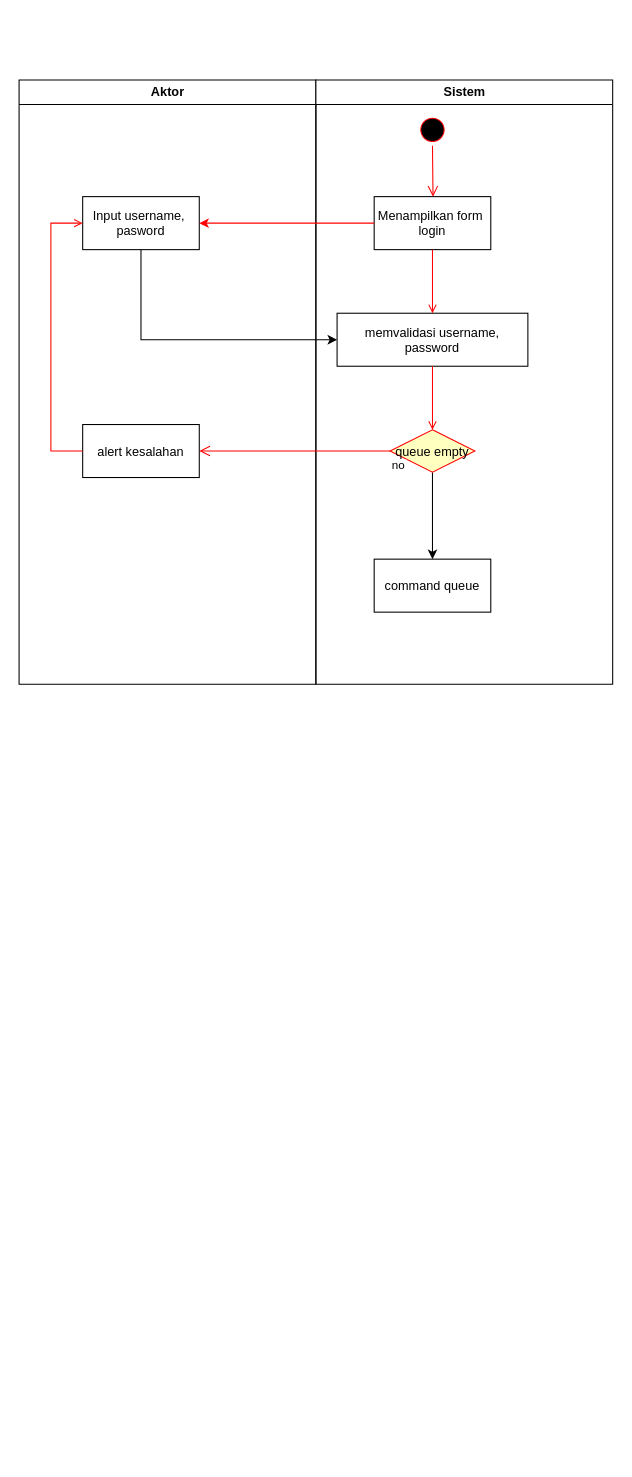
Before: Untitled Diagram.drawio in fraska20/Tugas4, a draw.io diagram. Source tidied: cells renumbered, new cells numbered last; positions are measured from the earlier drawing's top-left corner, leaving out a move shared by most shapes. Both pictures are drawn from the tidied source at 106%, with x=0, y=0 at pixel (18, 80).
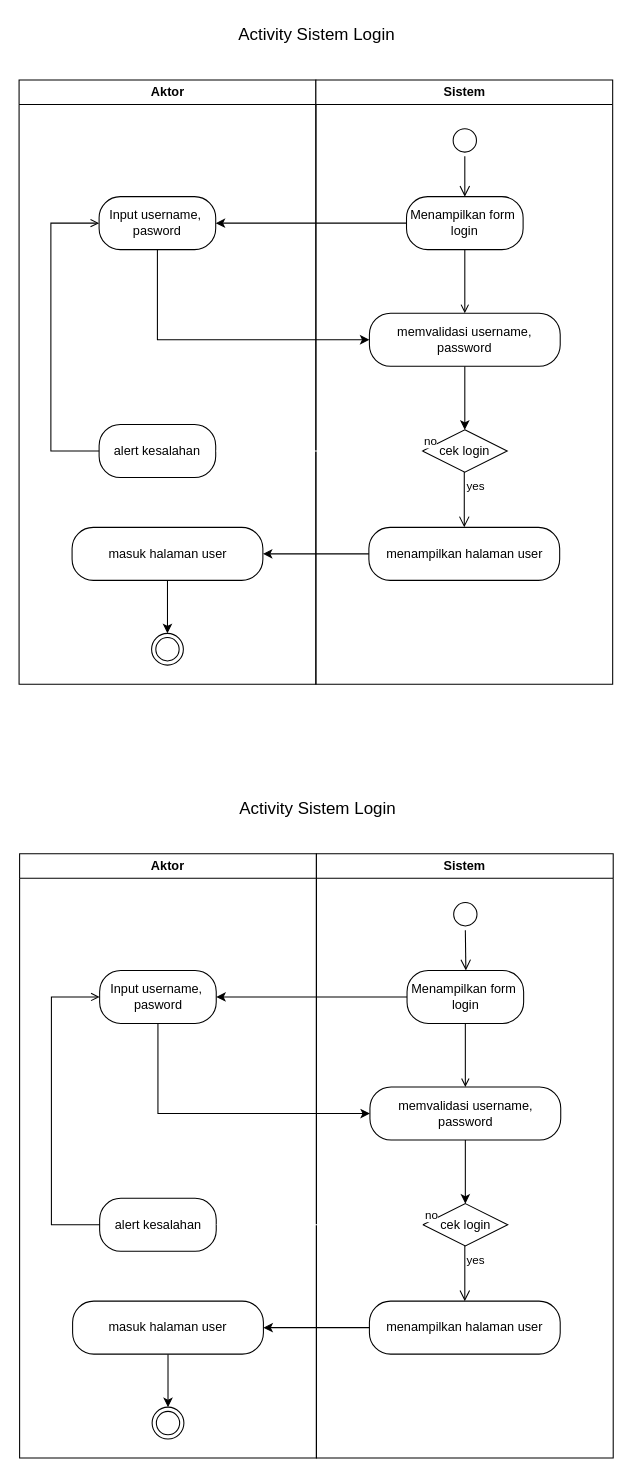
After the change.

The change refers to these unchanged cells:
```xml
<mxCell id="2" value="Aktor" style="swimlane;whiteSpace=wrap;" parent="1" vertex="1">
  <mxGeometry x="0.5" width="280" height="570" as="geometry" />
</mxCell>
<mxCell id="6" value="Sistem" style="swimlane;whiteSpace=wrap;" parent="1" vertex="1">
  <mxGeometry x="280.5" width="280" height="570" as="geometry" />
</mxCell>
```

Diff of the diagram source:
```diff
@@
-    <mxCell id="3" value="Input username, &#10;pasword" parent="2" vertex="1">
-      <mxGeometry x="60" y="110" width="110" height="50" as="geometry" />
+    <mxCell id="3" value="Input username, &#10;pasword" style="rounded=1;whiteSpace=wrap;html=1;arcSize=40;fontColor=default;fillColor=default;strokeColor=default;" parent="2" vertex="1">
+      <mxGeometry x="75.5" y="110" width="110" height="50" as="geometry" />
     </mxCell>
-    <mxCell id="4" value="alert kesalahan" parent="2" vertex="1">
-      <mxGeometry x="60" y="325" width="110" height="50" as="geometry" />
+    <mxCell id="4" value="alert kesalahan" style="rounded=1;whiteSpace=wrap;html=1;arcSize=40;fontColor=default;fillColor=default;strokeColor=default;" parent="2" vertex="1">
+      <mxGeometry x="75.5" y="325" width="110" height="50" as="geometry" />
     </mxCell>
-    <mxCell id="5" style="edgeStyle=elbowEdgeStyle;elbow=horizontal;strokeColor=#FF0000;endArrow=open;endFill=1;rounded=0;" parent="2" edge="1" source="4" target="3">
+    <mxCell id="5" style="edgeStyle=elbowEdgeStyle;elbow=horizontal;endArrow=open;endFill=1;rounded=0;" parent="2" edge="1" source="4" target="3">
       <mxGeometry relative="1" as="geometry">
         <Array as="points">
           <mxPoint x="30" y="250" />
         </Array>
       </mxGeometry>
     </mxCell>
+    <mxCell id="19" style="ellipse;html=1;shape=endState;" parent="2" vertex="1">
+      <mxGeometry x="125" y="522" width="30" height="30" as="geometry" />
+    </mxCell>
+    <mxCell id="20" style="edgeStyle=orthogonalEdgeStyle;rounded=0;jettySize=auto;html=1;exitX=0.5;exitY=1;exitDx=0;exitDy=0;entryX=0.5;entryY=0;entryDx=0;entryDy=0;" parent="2" edge="1" source="21" target="19">
+      <mxGeometry relative="1" as="geometry" />
+    </mxCell>
+    <mxCell id="21" value="masuk halaman user" style="rounded=1;whiteSpace=wrap;html=1;arcSize=40;fontColor=default;fillColor=default;strokeColor=default;" parent="2" vertex="1">
+      <mxGeometry x="50" y="422" width="180" height="50" as="geometry" />
+    </mxCell>
@@
-    <mxCell id="7" style="ellipse;shape=startState;fillColor=#000000;strokeColor=#ff0000;" parent="6" vertex="1">
-      <mxGeometry x="95" y="32" width="30" height="30" as="geometry" />
+    <mxCell id="7" style="ellipse;shape=startState;" parent="6" vertex="1">
+      <mxGeometry x="125.5" y="42" width="30" height="30" as="geometry" />
     </mxCell>
-    <mxCell id="8" style="edgeStyle=elbowEdgeStyle;elbow=horizontal;verticalAlign=bottom;endArrow=open;endSize=8;strokeColor=#FF0000;endFill=1;rounded=0;entryX=0.5;entryY=0;entryDx=0;entryDy=0;" parent="6" edge="1" source="7" target="9">
+    <mxCell id="8" style="edgeStyle=elbowEdgeStyle;elbow=horizontal;verticalAlign=bottom;endArrow=open;endSize=8;endFill=1;rounded=0;entryX=0.5;entryY=0;entryDx=0;entryDy=0;" parent="6" edge="1" source="7" target="9">
       <mxGeometry x="40" y="20" as="geometry" />
     </mxCell>
-    <mxCell id="9" value="Menampilkan form &#10;login" parent="6" vertex="1">
-      <mxGeometry x="55" y="110" width="110" height="50" as="geometry" />
+    <mxCell id="9" value="Menampilkan form &#10;login" style="rounded=1;whiteSpace=wrap;html=1;arcSize=40;fontColor=default;fillColor=default;strokeColor=default;" parent="6" vertex="1">
+      <mxGeometry x="85.5" y="110" width="110" height="50" as="geometry" />
     </mxCell>
+    <mxCell id="22" style="edgeStyle=orthogonalEdgeStyle;rounded=0;jettySize=auto;html=1;exitX=0.5;exitY=1;exitDx=0;exitDy=0;entryX=0.5;entryY=0;entryDx=0;entryDy=0;" parent="6" edge="1" source="10" target="23">
+      <mxGeometry relative="1" as="geometry" />
+    </mxCell>
-    <mxCell id="10" value="memvalidasi username, &#10;password" parent="6" vertex="1">
-      <mxGeometry x="20" y="220" width="180" height="50" as="geometry" />
+    <mxCell id="10" value="memvalidasi username, &#10;password" style="rounded=1;whiteSpace=wrap;html=1;arcSize=40;fontColor=default;fillColor=default;strokeColor=default;" parent="6" vertex="1">
+      <mxGeometry x="50.5" y="220" width="180" height="50" as="geometry" />
     </mxCell>
-    <mxCell id="11" style="endArrow=open;strokeColor=#FF0000;endFill=1;rounded=0;" parent="6" edge="1" source="9" target="10">
+    <mxCell id="11" style="endArrow=open;endFill=1;rounded=0;" parent="6" edge="1" source="9" target="10">
       <mxGeometry relative="1" as="geometry" />
     </mxCell>
-    <mxCell id="12" value="command queue" parent="6" vertex="1">
-      <mxGeometry x="55" y="452" width="110" height="50" as="geometry" />
+    <mxCell id="12" value="menampilkan halaman user" style="rounded=1;whiteSpace=wrap;html=1;arcSize=40;fontColor=default;fillColor=default;strokeColor=default;" parent="6" vertex="1">
+      <mxGeometry x="50" y="422" width="180" height="50" as="geometry" />
     </mxCell>
-    <mxCell id="13" style="edgeStyle=orthogonalEdgeStyle;rounded=0;jettySize=auto;html=1;exitX=0.5;exitY=1;exitDx=0;exitDy=0;entryX=0.5;entryY=0;entryDx=0;entryDy=0;" parent="6" edge="1" source="14" target="12">
-      <mxGeometry relative="1" as="geometry" />
-    </mxCell>
-    <mxCell id="14" value="queue empty" style="rhombus;fillColor=#ffffc0;strokeColor=#ff0000;" parent="6" vertex="1">
-      <mxGeometry x="70" y="330" width="80" height="40" as="geometry" />
-    </mxCell>
-    <mxCell id="15" style="endArrow=open;strokeColor=#FF0000;endFill=1;rounded=0;exitX=0.5;exitY=1;exitDx=0;exitDy=0;" parent="6" edge="1" source="10" target="14">
-      <mxGeometry relative="1" as="geometry" />
-    </mxCell>
+    <mxCell id="23" value="cek login" style="rhombus;whiteSpace=wrap;html=1;" parent="6" vertex="1">
+      <mxGeometry x="100.5" y="330" width="80" height="40" as="geometry" />
+    </mxCell>
+    <mxCell id="24" value="yes" style="edgeStyle=orthogonalEdgeStyle;html=1;align=left;verticalAlign=top;endArrow=open;endSize=8;rounded=0;entryX=0.5;entryY=0;entryDx=0;entryDy=0;" parent="6" edge="1" source="23" target="12">
+      <mxGeometry x="-1" relative="1" as="geometry">
+        <Array as="points">
+          <mxPoint x="141" y="402" />
+        </Array>
+      </mxGeometry>
+    </mxCell>
-    <mxCell id="16" style="edgeStyle=orthogonalEdgeStyle;rounded=0;jettySize=auto;html=1;exitX=0;exitY=0.5;exitDx=0;exitDy=0;fillColor=#a20025;strokeColor=#ff0000;" parent="1" edge="1" source="9" target="3">
+    <mxCell id="16" style="edgeStyle=orthogonalEdgeStyle;rounded=0;jettySize=auto;html=1;exitX=0;exitY=0.5;exitDx=0;exitDy=0;" parent="1" edge="1" source="9" target="3">
       <mxGeometry relative="1" as="geometry" />
     </mxCell>
+    <mxCell id="25" value="no" style="edgeStyle=orthogonalEdgeStyle;html=1;align=left;verticalAlign=bottom;endArrow=open;endSize=8;strokeColor=#FFFFFF;rounded=0;exitX=0;exitY=0.5;exitDx=0;exitDy=0;entryX=1;entryY=0.5;entryDx=0;entryDy=0;" parent="1" edge="1" source="23" target="4">
+      <mxGeometry x="-1" relative="1" as="geometry" />
+    </mxCell>
-    <mxCell id="17" style="edgeStyle=orthogonalEdgeStyle;rounded=0;jettySize=auto;html=1;entryX=0;entryY=0.5;entryDx=0;entryDy=0;" parent="1" edge="1" source="3" target="10">
-      <mxGeometry relative="1" as="geometry">
-        <Array as="points">
-          <mxPoint x="116" y="245" />
-        </Array>
-      </mxGeometry>
+    <mxCell id="17" style="edgeStyle=orthogonalEdgeStyle;rounded=0;jettySize=auto;html=1;exitX=0.5;exitY=1;exitDx=0;exitDy=0;entryX=0;entryY=0.5;entryDx=0;entryDy=0;" parent="1" edge="1" source="3" target="10">
+      <mxGeometry relative="1" as="geometry" />
     </mxCell>
-    <mxCell id="18" value="no" style="edgeStyle=elbowEdgeStyle;elbow=horizontal;align=left;verticalAlign=top;endArrow=open;endSize=8;strokeColor=#FF0000;endFill=1;rounded=0;entryX=1;entryY=0.5;entryDx=0;entryDy=0;" parent="1" edge="1" source="14" target="4">
-      <mxGeometry x="-1" relative="1" as="geometry" />
-    </mxCell>
+    <mxCell id="26" style="edgeStyle=orthogonalEdgeStyle;rounded=0;jettySize=auto;html=1;exitX=0;exitY=0.5;exitDx=0;exitDy=0;entryX=1;entryY=0.5;entryDx=0;entryDy=0;" parent="1" edge="1" source="12" target="21">
+      <mxGeometry relative="1" as="geometry" />
+    </mxCell>
+    <mxCell id="27" value="&lt;font style=&quot;font-size: 16px;&quot;&gt;Activity Sistem Login&lt;/font&gt;" style="text;html=1;align=center;verticalAlign=middle;strokeColor=none;fillColor=none;" parent="1" vertex="1">
+      <mxGeometry x="196" y="-58" width="170" height="30" as="geometry" />
+    </mxCell>
+    <mxCell id="28" value="Aktor" style="swimlane;whiteSpace=wrap;" parent="1" vertex="1">
+      <mxGeometry x="1" y="730" width="280" height="570" as="geometry" />
+    </mxCell>
+    <mxCell id="29" value="Input username, &#10;pasword" style="rounded=1;whiteSpace=wrap;html=1;arcSize=40;fontColor=default;fillColor=default;strokeColor=default;" parent="28" vertex="1">
+      <mxGeometry x="75.5" y="110" width="110" height="50" as="geometry" />
+    </mxCell>
+    <mxCell id="30" value="alert kesalahan" style="rounded=1;whiteSpace=wrap;html=1;arcSize=40;fontColor=default;fillColor=default;strokeColor=default;" parent="28" vertex="1">
+      <mxGeometry x="75.5" y="325" width="110" height="50" as="geometry" />
+    </mxCell>
+    <mxCell id="31" style="edgeStyle=elbowEdgeStyle;elbow=horizontal;endArrow=open;endFill=1;rounded=0;" parent="28" edge="1" source="30" target="29">
+      <mxGeometry relative="1" as="geometry">
+        <Array as="points">
+          <mxPoint x="30" y="250" />
+        </Array>
+      </mxGeometry>
+    </mxCell>
+    <mxCell id="32" style="ellipse;html=1;shape=endState;" parent="28" vertex="1">
+      <mxGeometry x="125" y="522" width="30" height="30" as="geometry" />
+    </mxCell>
+    <mxCell id="33" style="edgeStyle=orthogonalEdgeStyle;rounded=0;jettySize=auto;html=1;exitX=0.5;exitY=1;exitDx=0;exitDy=0;entryX=0.5;entryY=0;entryDx=0;entryDy=0;" parent="28" edge="1" source="34" target="32">
+      <mxGeometry relative="1" as="geometry" />
+    </mxCell>
+    <mxCell id="34" value="masuk halaman user" style="rounded=1;whiteSpace=wrap;html=1;arcSize=40;fontColor=default;fillColor=default;strokeColor=default;" parent="28" vertex="1">
+      <mxGeometry x="50" y="422" width="180" height="50" as="geometry" />
+    </mxCell>
+    <mxCell id="35" value="Sistem" style="swimlane;whiteSpace=wrap;" parent="1" vertex="1">
+      <mxGeometry x="281" y="730" width="280" height="570" as="geometry" />
+    </mxCell>
+    <mxCell id="36" style="ellipse;shape=startState;" parent="35" vertex="1">
+      <mxGeometry x="125.5" y="42" width="30" height="30" as="geometry" />
+    </mxCell>
+    <mxCell id="37" style="edgeStyle=elbowEdgeStyle;elbow=horizontal;verticalAlign=bottom;endArrow=open;endSize=8;endFill=1;rounded=0;entryX=0.5;entryY=0;entryDx=0;entryDy=0;" parent="35" edge="1" source="36" target="38">
+      <mxGeometry x="40" y="20" as="geometry" />
+    </mxCell>
+    <mxCell id="38" value="Menampilkan form &#10;login" style="rounded=1;whiteSpace=wrap;html=1;arcSize=40;fontColor=default;fillColor=default;strokeColor=default;" parent="35" vertex="1">
+      <mxGeometry x="85.5" y="110" width="110" height="50" as="geometry" />
+    </mxCell>
+    <mxCell id="39" style="edgeStyle=orthogonalEdgeStyle;rounded=0;jettySize=auto;html=1;exitX=0.5;exitY=1;exitDx=0;exitDy=0;entryX=0.5;entryY=0;entryDx=0;entryDy=0;" parent="35" edge="1" source="40" target="43">
+      <mxGeometry relative="1" as="geometry" />
+    </mxCell>
+    <mxCell id="40" value="memvalidasi username, &#10;password" style="rounded=1;whiteSpace=wrap;html=1;arcSize=40;fontColor=default;fillColor=default;strokeColor=default;" parent="35" vertex="1">
+      <mxGeometry x="50.5" y="220" width="180" height="50" as="geometry" />
+    </mxCell>
+    <mxCell id="41" style="endArrow=open;endFill=1;rounded=0;" parent="35" edge="1" source="38" target="40">
+      <mxGeometry relative="1" as="geometry" />
+    </mxCell>
+    <mxCell id="42" value="menampilkan halaman user" style="rounded=1;whiteSpace=wrap;html=1;arcSize=40;fontColor=default;fillColor=default;strokeColor=default;" parent="35" vertex="1">
+      <mxGeometry x="50" y="422" width="180" height="50" as="geometry" />
+    </mxCell>
+    <mxCell id="43" value="cek login" style="rhombus;whiteSpace=wrap;html=1;" parent="35" vertex="1">
+      <mxGeometry x="100.5" y="330" width="80" height="40" as="geometry" />
+    </mxCell>
+    <mxCell id="44" value="yes" style="edgeStyle=orthogonalEdgeStyle;html=1;align=left;verticalAlign=top;endArrow=open;endSize=8;rounded=0;entryX=0.5;entryY=0;entryDx=0;entryDy=0;" parent="35" edge="1" source="43" target="42">
+      <mxGeometry x="-1" relative="1" as="geometry">
+        <Array as="points">
+          <mxPoint x="141" y="402" />
+        </Array>
+      </mxGeometry>
+    </mxCell>
+    <mxCell id="45" style="edgeStyle=orthogonalEdgeStyle;rounded=0;jettySize=auto;html=1;exitX=0;exitY=0.5;exitDx=0;exitDy=0;" parent="1" edge="1" source="38" target="29">
+      <mxGeometry relative="1" as="geometry" />
+    </mxCell>
+    <mxCell id="46" value="no" style="edgeStyle=orthogonalEdgeStyle;html=1;align=left;verticalAlign=bottom;endArrow=open;endSize=8;strokeColor=#FFFFFF;rounded=0;exitX=0;exitY=0.5;exitDx=0;exitDy=0;entryX=1;entryY=0.5;entryDx=0;entryDy=0;" parent="1" edge="1" source="43" target="30">
+      <mxGeometry x="-1" relative="1" as="geometry" />
+    </mxCell>
+    <mxCell id="47" style="edgeStyle=orthogonalEdgeStyle;rounded=0;jettySize=auto;html=1;exitX=0.5;exitY=1;exitDx=0;exitDy=0;entryX=0;entryY=0.5;entryDx=0;entryDy=0;" parent="1" edge="1" source="29" target="40">
+      <mxGeometry relative="1" as="geometry" />
+    </mxCell>
+    <mxCell id="48" style="edgeStyle=orthogonalEdgeStyle;rounded=0;jettySize=auto;html=1;exitX=0;exitY=0.5;exitDx=0;exitDy=0;entryX=1;entryY=0.5;entryDx=0;entryDy=0;" parent="1" edge="1" source="42" target="34">
+      <mxGeometry relative="1" as="geometry" />
+    </mxCell>
+    <mxCell id="49" value="&lt;font style=&quot;font-size: 16px;&quot;&gt;Activity Sistem Login&lt;/font&gt;" style="text;html=1;align=center;verticalAlign=middle;strokeColor=none;fillColor=none;" parent="1" vertex="1">
+      <mxGeometry x="196.5" y="672" width="170" height="30" as="geometry" />
+    </mxCell>
```
